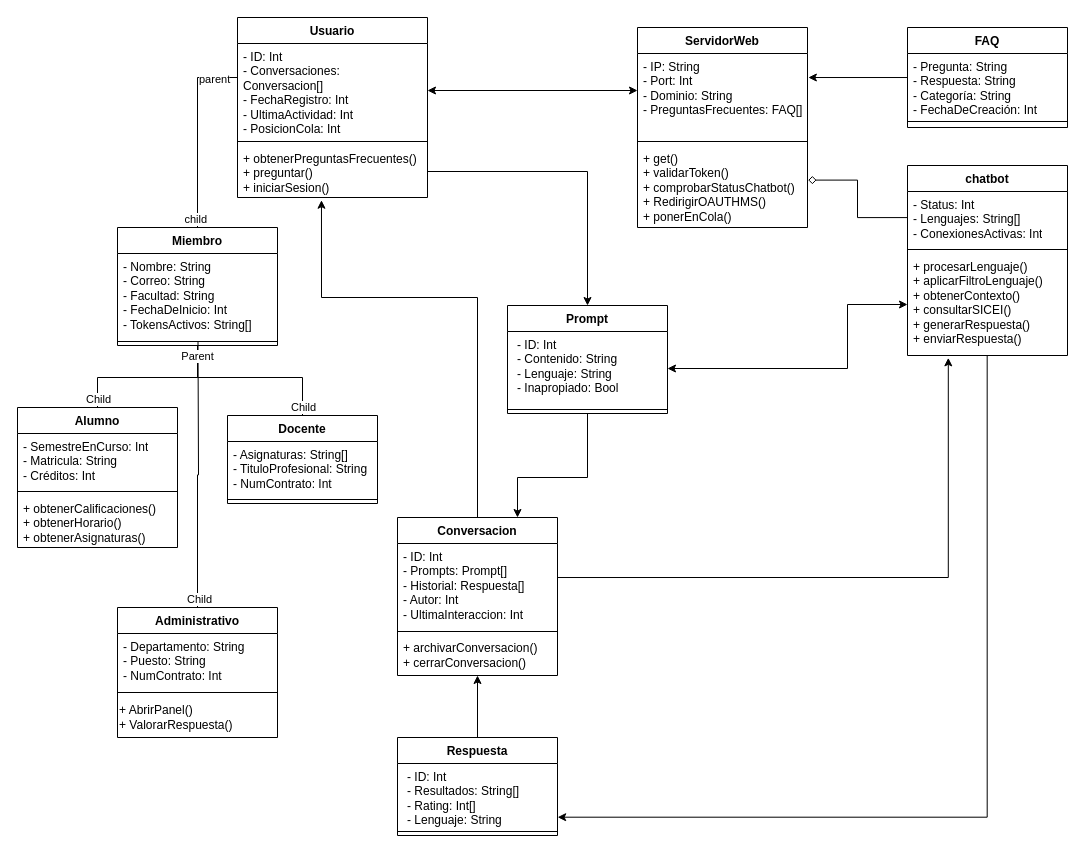
diego-islas8/Proyecto-FIS keeps this draw.io diagram as Diagramas[Emmanuel]/UML.drawio. Above is the earlier version. Source tidied: cells renumbered, new cells numbered last; positions are measured from the earlier drawing's top-left corner, leaving out a move shared by most shapes. Both pictures are drawn from the tidied source at 100%, with x=0, y=0 at pixel (17, 17).
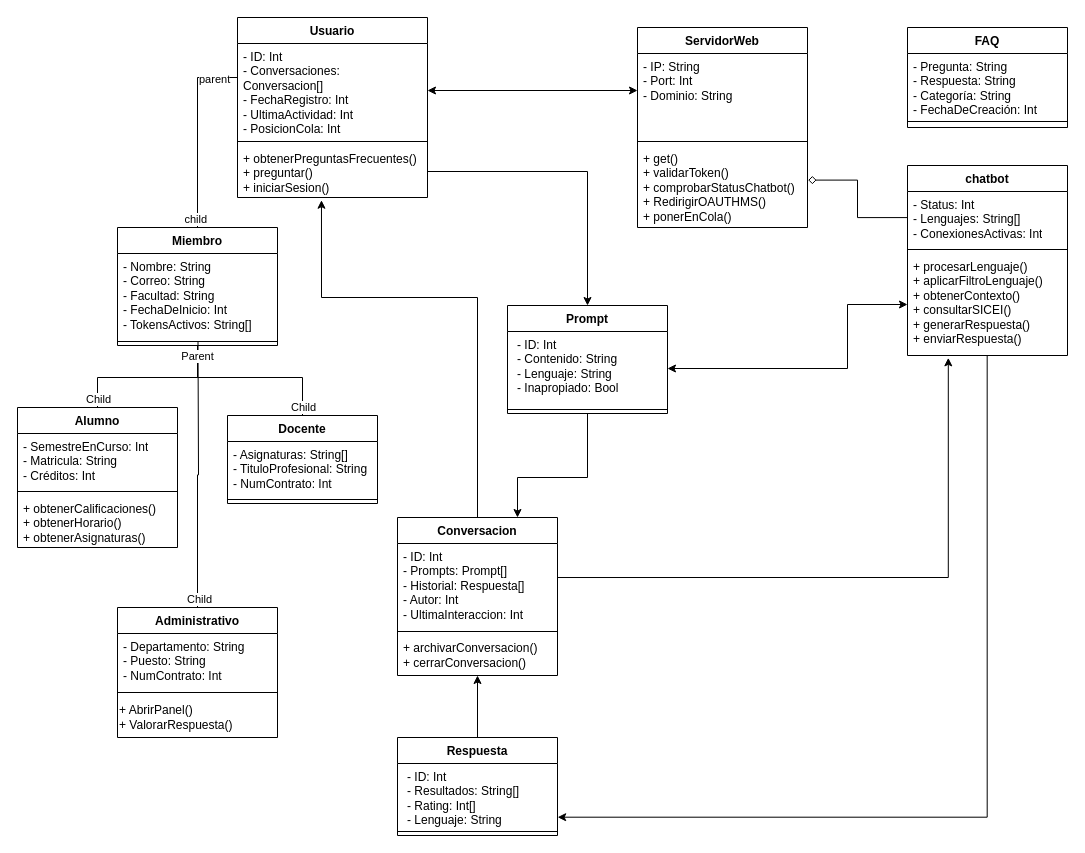
The same diagram, later.

Commit message (it also covers changes not shown here):
Correcciones de la ADA 2

Unchanged cells that the change refers to:
```xml
<mxCell id="35" value="ServidorWeb" style="swimlane;fontStyle=1;align=center;verticalAlign=top;horizontal=1;startSize=26;whiteSpace=wrap;html=1;" parent="1" vertex="1">
  <mxGeometry x="620" y="10" width="170" height="200" as="geometry" />
</mxCell>
<mxCell id="56" value="FAQ" style="swimlane;fontStyle=1;align=center;verticalAlign=top;horizontal=1;startSize=26;whiteSpace=wrap;html=1;" parent="1" vertex="1">
  <mxGeometry x="890" y="10" width="160" height="100" as="geometry" />
</mxCell>
```

Change to the diagram source:
```diff
@@
-    <mxCell id="36" value="&lt;div&gt;- IP: String&lt;/div&gt;&lt;div&gt;- Port: Int&lt;/div&gt;&lt;div&gt;- Dominio: String&lt;br&gt;&lt;/div&gt;&lt;div&gt;- PreguntasFrecuentes: FAQ[]&lt;/div&gt;" style="text;strokeColor=none;fillColor=none;align=left;verticalAlign=top;spacingLeft=4;spacingRight=4;overflow=hidden;points=[[0,0.5],[1,0.5]];portConstraint=eastwest;whiteSpace=wrap;html=1;" parent="35" vertex="1">
+    <mxCell id="36" value="&lt;div&gt;- IP: String&lt;/div&gt;&lt;div&gt;- Port: Int&lt;/div&gt;&lt;div&gt;- Dominio: String&lt;/div&gt;" style="text;strokeColor=none;fillColor=none;align=left;verticalAlign=top;spacingLeft=4;spacingRight=4;overflow=hidden;points=[[0,0.5],[1,0.5]];portConstraint=eastwest;whiteSpace=wrap;html=1;" parent="35" vertex="1">
       <mxGeometry y="26" width="170" height="84" as="geometry" />
     </mxCell>
@@
-    <mxCell id="61" style="edgeStyle=orthogonalEdgeStyle;rounded=0;jettySize=auto;html=1;entryX=1.005;entryY=0.286;entryDx=0;entryDy=0;entryPerimeter=0;" parent="1" edge="1" source="56" target="36">
-      <mxGeometry relative="1" as="geometry" />
-    </mxCell>
```
